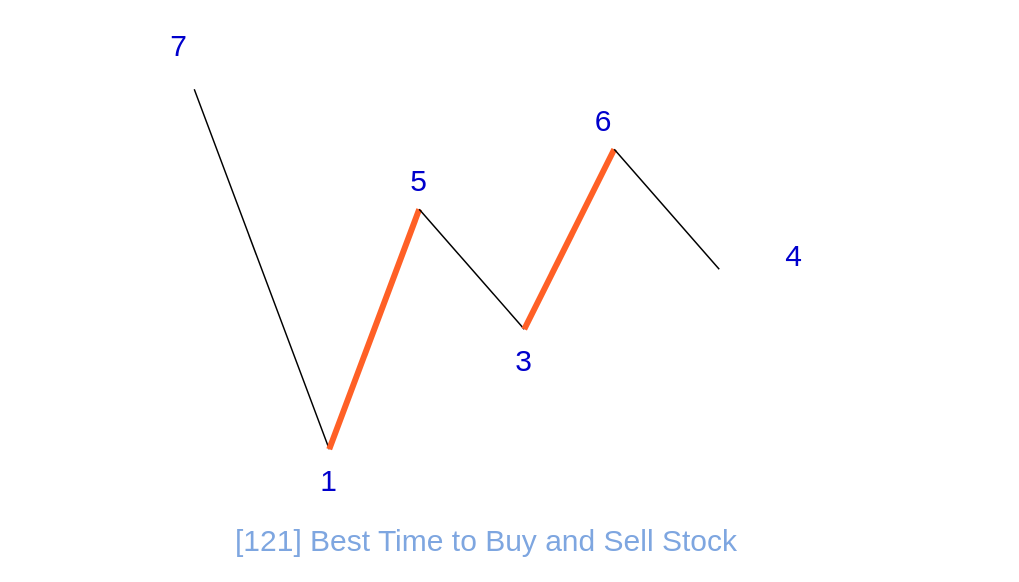
This is assets/drawio/121.best-time-to-buy-and-sell-stock.drawio from azl397985856/leetcode, a draw.io file, before an edit. Source tidied: cells renumbered, new cells numbered last; positions are measured from the earlier drawing's top-left corner, leaving out a move shared by most shapes. Both pictures are drawn from the tidied source at 150%, with x=0, y=0 at pixel (148, 28).
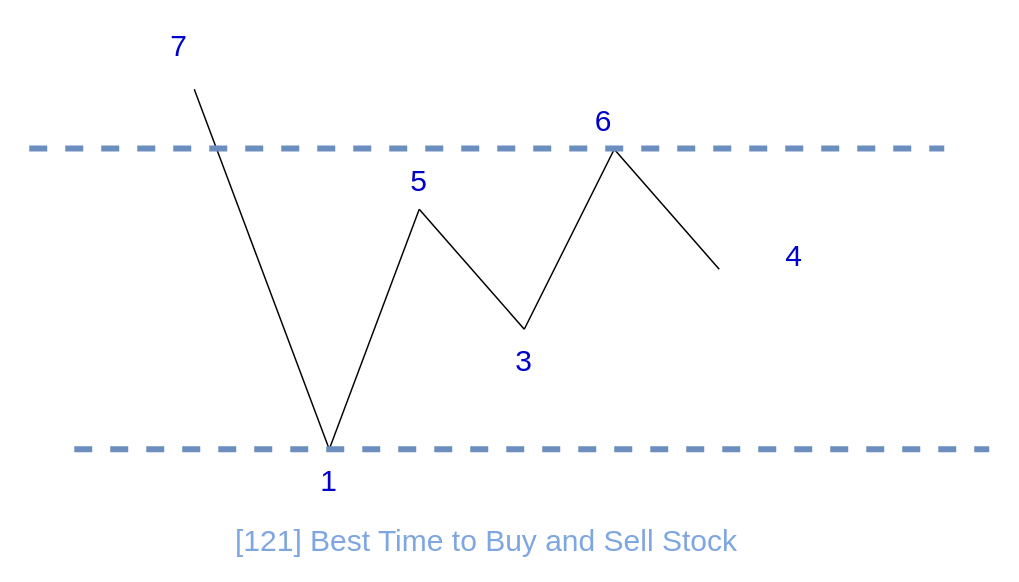
Above is the later version.

Change to the diagram source:
```diff
@@
-    <mxCell id="3" style="endArrow=none;html=1;strokeColor=#FF6026;strokeWidth=4;" parent="1" edge="1">
+    <mxCell id="3" style="endArrow=none;html=1;strokeColor=#000000;strokeWidth=1;" parent="1" edge="1">
       <mxGeometry relative="1" as="geometry">
         <mxPoint x="120" y="280" as="sourcePoint" />
         <mxPoint x="180" y="120" as="targetPoint" />
       </mxGeometry>
     </mxCell>
@@
-    <mxCell id="5" style="endArrow=none;html=1;strokeColor=#FF6026;strokeWidth=4;" parent="1" edge="1">
+    <mxCell id="5" style="endArrow=none;html=1;strokeColor=#000000;strokeWidth=1;" parent="1" edge="1">
       <mxGeometry relative="1" as="geometry">
         <mxPoint x="250" y="200" as="sourcePoint" />
         <mxPoint x="310" y="80" as="targetPoint" />
       </mxGeometry>
     </mxCell>
@@
+    <mxCell id="14" style="endArrow=none;dashed=1;html=1;fillColor=#dae8fc;strokeColor=#6c8ebf;strokeWidth=4;" parent="1" edge="1">
+      <mxGeometry relative="1" as="geometry">
+        <mxPoint x="-50" y="280" as="sourcePoint" />
+        <mxPoint x="560" y="280" as="targetPoint" />
+      </mxGeometry>
+    </mxCell>
+    <mxCell id="15" style="endArrow=none;dashed=1;html=1;fillColor=#dae8fc;strokeColor=#6c8ebf;strokeWidth=4;" parent="1" edge="1">
+      <mxGeometry relative="1" as="geometry">
+        <mxPoint x="-80" y="79.5" as="sourcePoint" />
+        <mxPoint x="530" y="79.5" as="targetPoint" />
+      </mxGeometry>
+    </mxCell>
```
